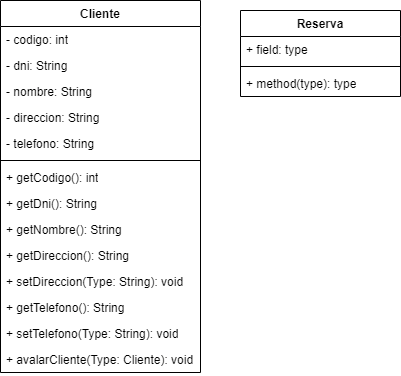
Above: unidad-4/Class-Diagram-Maxi/automoviles-maxi.png in mackstm/ets (draw.io), before the change. Source tidied: cells renumbered, new cells last; positions are measured from the earlier drawing's top-left corner, leaving out a move shared by most shapes.
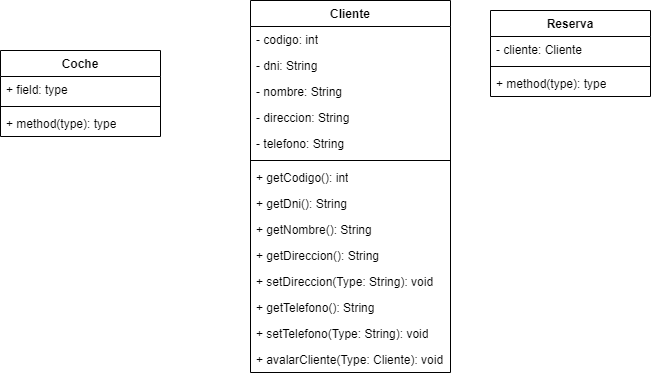
After the change.

The edit, as a diff of the source:
```diff
@@ -50,7 +50,7 @@
     <mxCell id="17" value="Reserva" style="swimlane;fontStyle=1;align=center;verticalAlign=top;horizontal=1;startSize=26;whiteSpace=wrap;html=1;" parent="1" vertex="1">
       <mxGeometry x="240" y="10" width="160" height="86" as="geometry" />
     </mxCell>
-    <mxCell id="18" value="+ field: type" style="text;strokeColor=none;fillColor=none;align=left;verticalAlign=top;spacingLeft=4;spacingRight=4;overflow=hidden;whiteSpace=wrap;html=1;" parent="17" vertex="1">
+    <mxCell id="18" value="- cliente: Cliente" style="text;strokeColor=none;fillColor=none;align=left;verticalAlign=top;spacingLeft=4;spacingRight=4;overflow=hidden;whiteSpace=wrap;html=1;" parent="17" vertex="1">
       <mxGeometry y="26" width="160" height="26" as="geometry" />
     </mxCell>
     <mxCell id="19" style="line;strokeWidth=1;fillColor=none;align=left;verticalAlign=middle;spacingTop=-1;spacingLeft=3;spacingRight=3;labelPosition=right;strokeColor=inherit;" parent="17" vertex="1">
@@ -59,5 +59,17 @@
     <mxCell id="20" value="+ method(type): type" style="text;strokeColor=none;fillColor=none;align=left;verticalAlign=top;spacingLeft=4;spacingRight=4;overflow=hidden;whiteSpace=wrap;html=1;" parent="17" vertex="1">
       <mxGeometry y="60" width="160" height="26" as="geometry" />
     </mxCell>
+    <mxCell id="21" value="Coche" style="swimlane;fontStyle=1;align=center;verticalAlign=top;horizontal=1;startSize=26;whiteSpace=wrap;html=1;" parent="1" vertex="1">
+      <mxGeometry x="-250" y="50" width="160" height="86" as="geometry" />
+    </mxCell>
+    <mxCell id="22" value="+ field: type" style="text;strokeColor=none;fillColor=none;align=left;verticalAlign=top;spacingLeft=4;spacingRight=4;overflow=hidden;whiteSpace=wrap;html=1;" parent="21" vertex="1">
+      <mxGeometry y="26" width="160" height="26" as="geometry" />
+    </mxCell>
+    <mxCell id="23" style="line;strokeWidth=1;fillColor=none;align=left;verticalAlign=middle;spacingTop=-1;spacingLeft=3;spacingRight=3;labelPosition=right;strokeColor=inherit;" parent="21" vertex="1">
+      <mxGeometry y="52" width="160" height="8" as="geometry" />
+    </mxCell>
+    <mxCell id="24" value="+ method(type): type" style="text;strokeColor=none;fillColor=none;align=left;verticalAlign=top;spacingLeft=4;spacingRight=4;overflow=hidden;whiteSpace=wrap;html=1;" parent="21" vertex="1">
+      <mxGeometry y="60" width="160" height="26" as="geometry" />
+    </mxCell>
   </root>
 </mxGraphModel>
```
